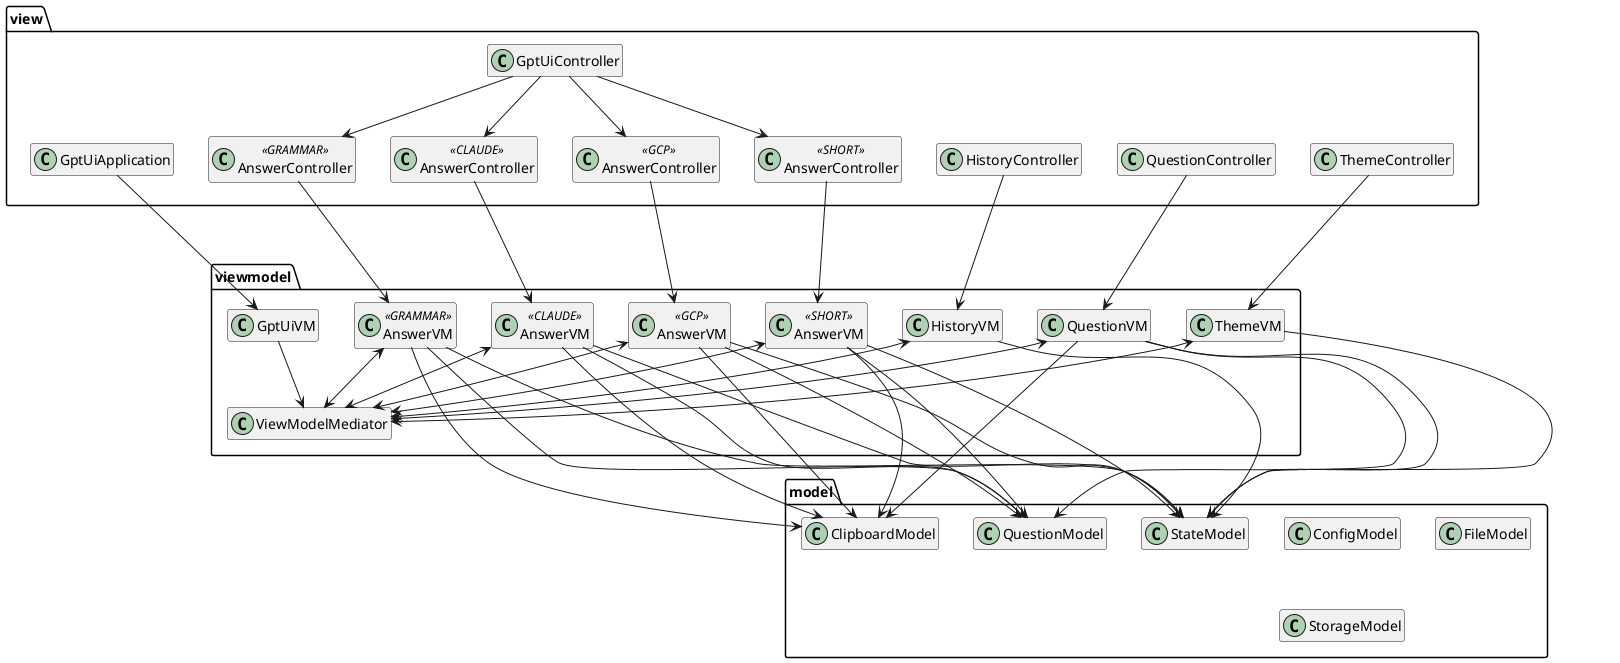
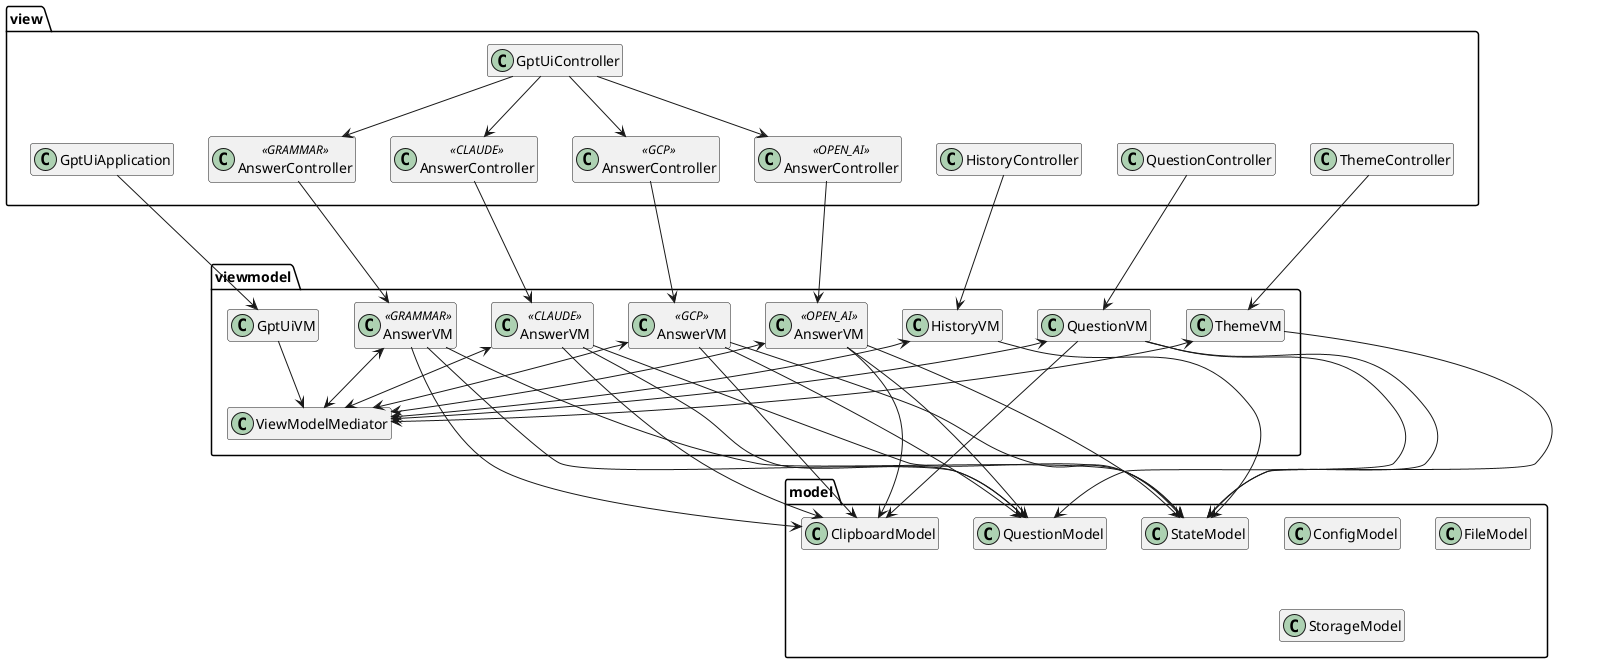
@startuml
hide empty members

package view {
    class GptUiController
    together {
        class GptUiApplication
        class "AnswerController" as grammarAnswerController <<GRAMMAR>>
-         class "AnswerController" as shortAnswerController <<SHORT>>
+         class "AnswerController" as openAiAnswerController <<OPEN_AI>>
        class "AnswerController" as claudeAnswerController <<CLAUDE>>
        class "AnswerController" as gcpAnswerController <<GCP>>
        class HistoryController
        class QuestionController
        class ThemeController
    }
}

package viewmodel {
    class "AnswerVM" as grammarAnswerVM <<GRAMMAR>>
-     class "AnswerVM" as shortAnswerVM <<SHORT>>
+     class "AnswerVM" as openAiAnswerVM <<OPEN_AI>>
    class "AnswerVM" as claudeAnswerVM <<CLAUDE>>
    class "AnswerVM" as gcpAnswerVM <<GCP>>
    class GptUiVM
    class HistoryVM
    class QuestionVM
    class ThemeVM
    class ViewModelMediator
}

package model{
    class StateModel
    class ClipboardModel
    class ConfigModel
    class FileModel
    class QuestionModel
    class StorageModel
}

ThemeController ---> ThemeVM
QuestionController ---> QuestionVM
HistoryController ---> HistoryVM
grammarAnswerController --> grammarAnswerVM
- shortAnswerController --> shortAnswerVM
+ openAiAnswerController --> openAiAnswerVM
claudeAnswerController --> claudeAnswerVM
gcpAnswerController --> gcpAnswerVM
GptUiApplication --> GptUiVM

GptUiController --> grammarAnswerController
- GptUiController --> shortAnswerController
+ GptUiController --> openAiAnswerController
GptUiController --> claudeAnswerController
GptUiController --> gcpAnswerController

ThemeVM <--> ViewModelMediator
QuestionVM <--> ViewModelMediator
HistoryVM <--> ViewModelMediator
GptUiVM --> ViewModelMediator
grammarAnswerVM <--> ViewModelMediator
- shortAnswerVM <--> ViewModelMediator
+ openAiAnswerVM <--> ViewModelMediator
claudeAnswerVM <--> ViewModelMediator
gcpAnswerVM <--> ViewModelMediator

ThemeVM ---> StateModel
HistoryVM ---> StateModel
QuestionVM ---> StateModel
QuestionVM ---> QuestionModel
QuestionVM ---> ClipboardModel

grammarAnswerVM --> StateModel
- shortAnswerVM --> StateModel
+ openAiAnswerVM --> StateModel
claudeAnswerVM --> StateModel
gcpAnswerVM --> StateModel

grammarAnswerVM --> QuestionModel
- shortAnswerVM --> QuestionModel
+ openAiAnswerVM --> QuestionModel
claudeAnswerVM --> QuestionModel
gcpAnswerVM --> QuestionModel

grammarAnswerVM --> ClipboardModel
- shortAnswerVM --> ClipboardModel
+ openAiAnswerVM --> ClipboardModel
claudeAnswerVM --> ClipboardModel
gcpAnswerVM --> ClipboardModel


@enduml